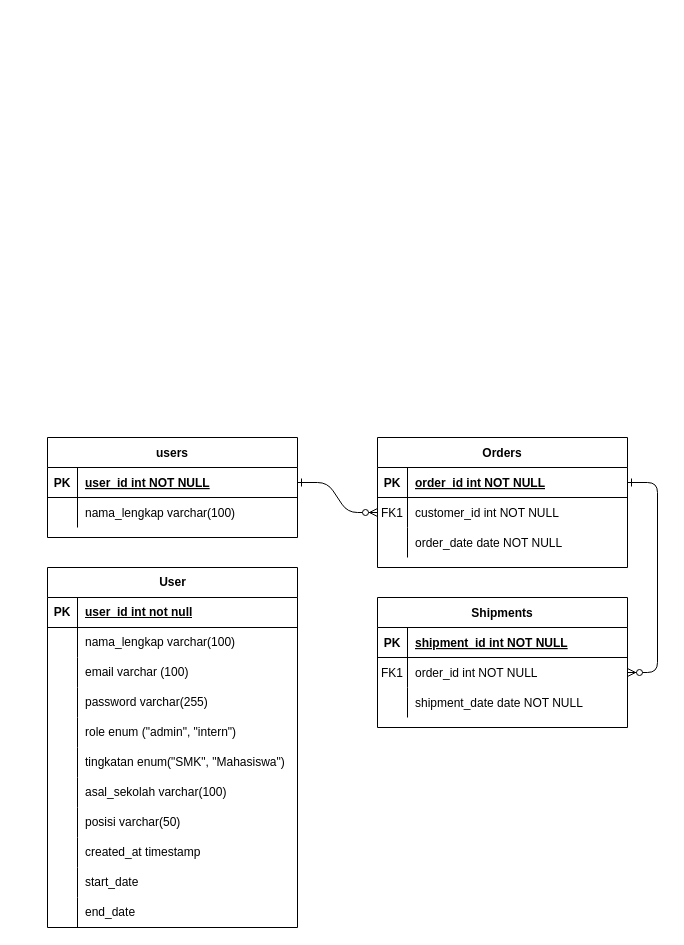
Above: ERD_MonitoringMagang.drawio in niflAkuy/MonitoringMagang (draw.io), before the change. Source tidied: cells renumbered, new cells numbered last; positions are measured from the earlier drawing's top-left corner, leaving out a move shared by most shapes. Both pictures are drawn from the tidied source at 100%, with x=0, y=0 at pixel (47, 437).
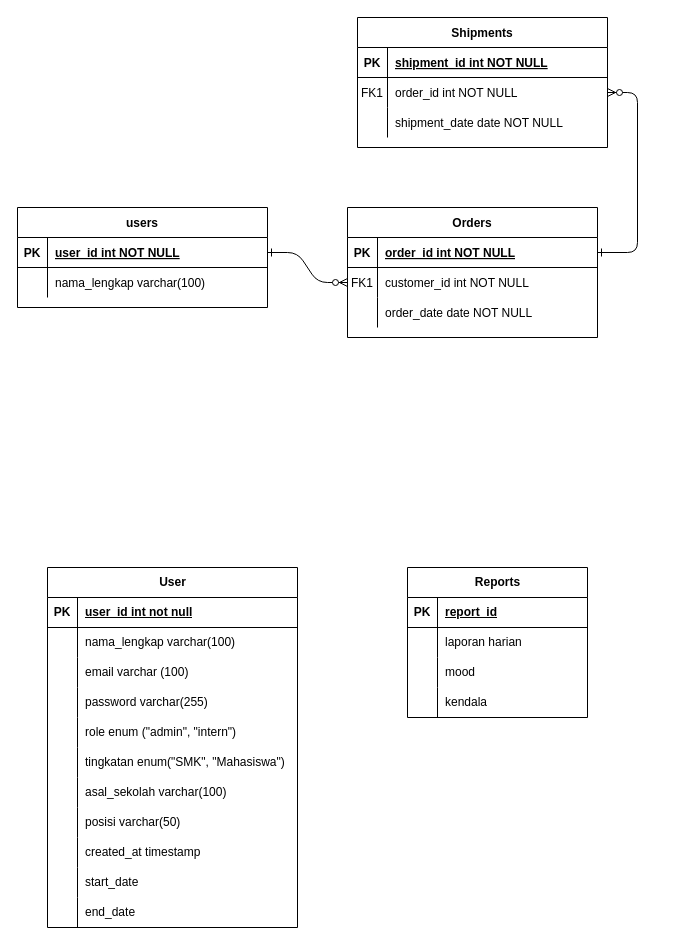
The same diagram, later.

What changed in the source:
```diff
@@
     <mxCell id="4" value="Orders" style="shape=table;startSize=30;childLayout=tableLayout;rowLines=0;fontStyle=1;align=center;" parent="1" vertex="1">
-      <mxGeometry x="330" width="250" height="130" as="geometry" />
+      <mxGeometry x="300" y="-230" width="250" height="130" as="geometry" />
     </mxCell>
@@
     <mxCell id="14" value="Shipments" style="shape=table;startSize=30;childLayout=tableLayout;rowLines=0;fontStyle=1;align=center;" parent="1" vertex="1">
-      <mxGeometry x="330" y="160" width="250" height="130" as="geometry" />
+      <mxGeometry x="310" y="-420" width="250" height="130" as="geometry" />
     </mxCell>
@@
     <mxCell id="24" value="users" style="shape=table;startSize=30;childLayout=tableLayout;rowLines=0;fontStyle=1;align=center;" parent="1" vertex="1">
-      <mxGeometry width="250" height="100" as="geometry" />
+      <mxGeometry x="-30" y="-230" width="250" height="100" as="geometry" />
     </mxCell>
@@
+    <mxCell id="65" value="Reports" style="shape=table;startSize=30;childLayout=tableLayout;rowLines=0;fontStyle=1;align=center;html=1;" parent="1" vertex="1">
+      <mxGeometry x="360" y="130" width="180" height="150" as="geometry" />
+    </mxCell>
+    <mxCell id="66" style="shape=tableRow;horizontal=0;startSize=0;swimlaneHead=0;swimlaneBody=0;fillColor=none;top=0;left=0;right=0;bottom=1;" parent="65" vertex="1">
+      <mxGeometry y="30" width="180" height="30" as="geometry" />
+    </mxCell>
+    <mxCell id="67" value="PK" style="shape=partialRectangle;fillColor=none;top=0;left=0;bottom=0;right=0;fontStyle=1;overflow=hidden;whiteSpace=wrap;html=1;" parent="66" vertex="1">
+      <mxGeometry width="30" height="30" as="geometry" />
+    </mxCell>
+    <mxCell id="68" value="report_id" style="shape=partialRectangle;fillColor=none;top=0;left=0;bottom=0;right=0;align=left;spacingLeft=6;fontStyle=5;overflow=hidden;whiteSpace=wrap;html=1;" parent="66" vertex="1">
+      <mxGeometry x="30" width="150" height="30" as="geometry" />
+    </mxCell>
+    <mxCell id="69" style="shape=tableRow;horizontal=0;startSize=0;swimlaneHead=0;swimlaneBody=0;fillColor=none;top=0;left=0;right=0;bottom=0;" parent="65" vertex="1">
+      <mxGeometry y="60" width="180" height="30" as="geometry" />
+    </mxCell>
+    <mxCell id="70" style="shape=partialRectangle;fillColor=none;top=0;left=0;bottom=0;right=0;overflow=hidden;whiteSpace=wrap;html=1;" parent="69" vertex="1">
+      <mxGeometry width="30" height="30" as="geometry" />
+    </mxCell>
+    <mxCell id="71" value="laporan harian" style="shape=partialRectangle;fillColor=none;top=0;left=0;bottom=0;right=0;align=left;spacingLeft=6;overflow=hidden;whiteSpace=wrap;html=1;" parent="69" vertex="1">
+      <mxGeometry x="30" width="150" height="30" as="geometry" />
+    </mxCell>
+    <mxCell id="72" style="shape=tableRow;horizontal=0;startSize=0;swimlaneHead=0;swimlaneBody=0;fillColor=none;top=0;left=0;right=0;bottom=0;" parent="65" vertex="1">
+      <mxGeometry y="90" width="180" height="30" as="geometry" />
+    </mxCell>
+    <mxCell id="73" style="shape=partialRectangle;fillColor=none;top=0;left=0;bottom=0;right=0;overflow=hidden;whiteSpace=wrap;html=1;" parent="72" vertex="1">
+      <mxGeometry width="30" height="30" as="geometry" />
+    </mxCell>
+    <mxCell id="74" value="mood" style="shape=partialRectangle;fillColor=none;top=0;left=0;bottom=0;right=0;align=left;spacingLeft=6;overflow=hidden;whiteSpace=wrap;html=1;" parent="72" vertex="1">
+      <mxGeometry x="30" width="150" height="30" as="geometry" />
+    </mxCell>
+    <mxCell id="75" style="shape=tableRow;horizontal=0;startSize=0;swimlaneHead=0;swimlaneBody=0;fillColor=none;top=0;left=0;right=0;bottom=0;" parent="65" vertex="1">
+      <mxGeometry y="120" width="180" height="30" as="geometry" />
+    </mxCell>
+    <mxCell id="76" style="shape=partialRectangle;fillColor=none;top=0;left=0;bottom=0;right=0;overflow=hidden;whiteSpace=wrap;html=1;" parent="75" vertex="1">
+      <mxGeometry width="30" height="30" as="geometry" />
+    </mxCell>
+    <mxCell id="77" value="kendala" style="shape=partialRectangle;fillColor=none;top=0;left=0;bottom=0;right=0;align=left;spacingLeft=6;overflow=hidden;whiteSpace=wrap;html=1;" parent="75" vertex="1">
+      <mxGeometry x="30" width="150" height="30" as="geometry" />
+    </mxCell>
```
